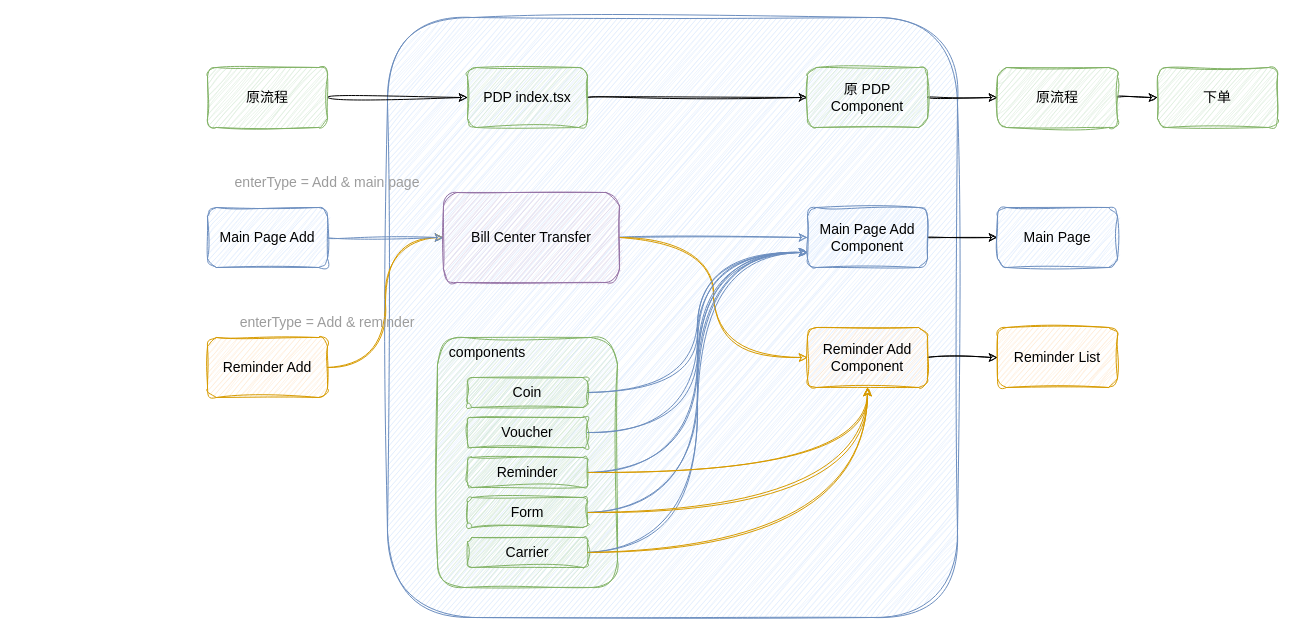
Earlier version of the draw.io diagram page "第 1 页" (1 of 3) of BillCenter.drawio (Darkindom/draw-the-diagrams). Source tidied: cells renumbered, new cells numbered last; positions are measured from the earlier drawing's top-left corner, leaving out a move shared by most shapes. Both pictures are drawn from the tidied source at 100%, with x=0, y=0 at pixel (207, 17).
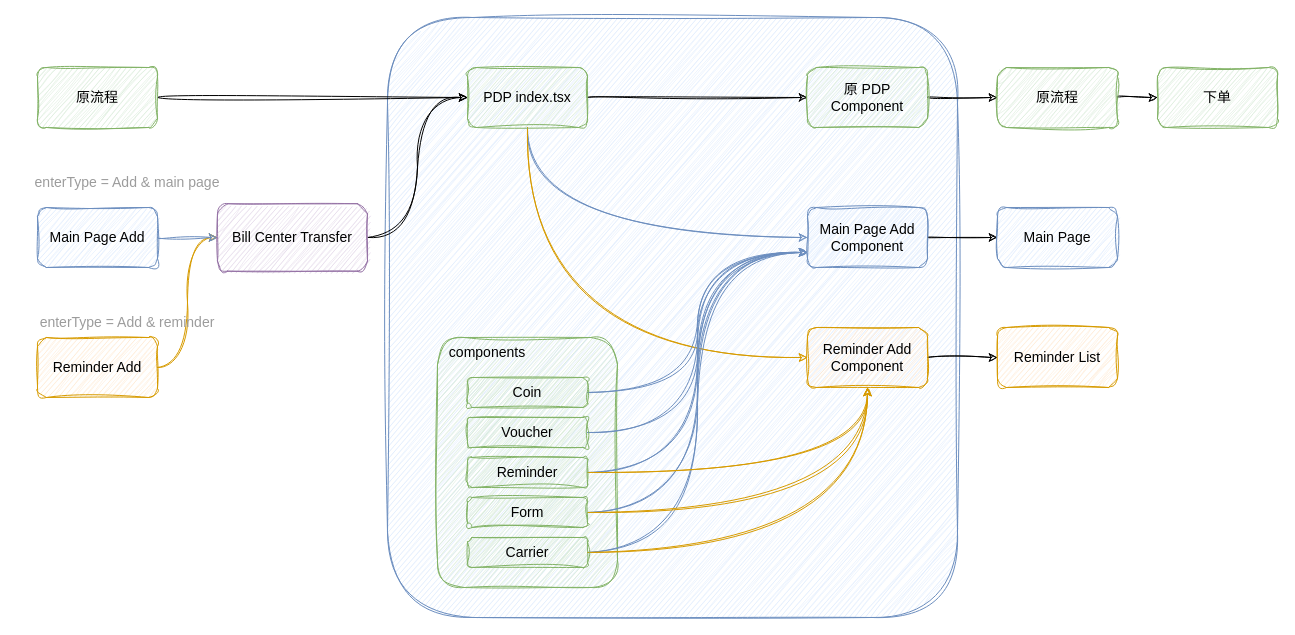
After the change.

Unchanged cells that the change refers to:
```xml
<mxCell id="10" value="PDP index.tsx" style="rounded=1;whiteSpace=wrap;html=1;sketch=1;hachureGap=4;jiggle=2;curveFitting=1;fontFamily=手札体-简;fontSize=14;fillColor=#d5e8d4;strokeColor=#82b366;labelBackgroundColor=none;" parent="1" vertex="1">
  <mxGeometry x="260" y="50" width="120" height="60" as="geometry" />
</mxCell>
<mxCell id="15" value="Main Page Add Component" style="rounded=1;whiteSpace=wrap;html=1;sketch=1;hachureGap=4;jiggle=2;curveFitting=1;fontFamily=手札体-简;fontSize=14;labelBackgroundColor=none;fillColor=#dae8fc;strokeColor=#6c8ebf;" parent="1" vertex="1">
  <mxGeometry x="600" y="190" width="120" height="60" as="geometry" />
</mxCell>
<mxCell id="17" value="Reminder Add Component" style="rounded=1;whiteSpace=wrap;html=1;sketch=1;hachureGap=4;jiggle=2;curveFitting=1;fontFamily=手札体-简;fontSize=14;labelBackgroundColor=none;fillColor=#ffe6cc;strokeColor=#d79b00;" parent="1" vertex="1">
  <mxGeometry x="600" y="310" width="120" height="60" as="geometry" />
</mxCell>
```

What changed in the source:
```diff
@@
     <mxCell id="5" value="原流程" style="rounded=1;whiteSpace=wrap;html=1;sketch=1;hachureGap=4;jiggle=2;curveFitting=1;fontFamily=手札体-简;fontSize=14;fillColor=#d5e8d4;strokeColor=#82b366;labelBackgroundColor=none;" parent="1" vertex="1">
-      <mxGeometry y="50" width="120" height="60" as="geometry" />
+      <mxGeometry x="-170" y="50" width="120" height="60" as="geometry" />
     </mxCell>
@@
-    <mxCell id="8" style="edgeStyle=orthogonalEdgeStyle;shape=connector;curved=1;rounded=0;sketch=1;hachureGap=4;jiggle=2;curveFitting=1;jettySize=auto;html=1;exitX=1;exitY=0.5;exitDx=0;exitDy=0;strokeColor=#6c8ebf;align=center;verticalAlign=middle;fontFamily=手札体-简;fontSize=14;fontColor=default;labelBackgroundColor=none;endArrow=classic;entryX=0;entryY=0.5;entryDx=0;entryDy=0;fillColor=#dae8fc;textOpacity=50;" parent="1" edge="1" source="41" target="15">
+    <mxCell id="8" style="edgeStyle=orthogonalEdgeStyle;shape=connector;curved=1;rounded=0;sketch=1;hachureGap=4;jiggle=2;curveFitting=1;jettySize=auto;html=1;exitX=0.5;exitY=1;exitDx=0;exitDy=0;strokeColor=#6c8ebf;align=center;verticalAlign=middle;fontFamily=手札体-简;fontSize=14;fontColor=default;labelBackgroundColor=none;endArrow=classic;entryX=0;entryY=0.5;entryDx=0;entryDy=0;fillColor=#dae8fc;textOpacity=50;" parent="1" edge="1" source="10" target="15">
       <mxGeometry relative="1" as="geometry" />
     </mxCell>
-    <mxCell id="9" style="edgeStyle=orthogonalEdgeStyle;shape=connector;curved=1;rounded=0;sketch=1;hachureGap=4;jiggle=2;curveFitting=1;jettySize=auto;html=1;exitX=1;exitY=0.5;exitDx=0;exitDy=0;entryX=0;entryY=0.5;entryDx=0;entryDy=0;strokeColor=#d79b00;align=center;verticalAlign=middle;fontFamily=手札体-简;fontSize=14;fontColor=default;labelBackgroundColor=none;endArrow=classic;fillColor=#ffe6cc;textOpacity=50;" parent="1" edge="1" source="41" target="17">
+    <mxCell id="9" style="edgeStyle=orthogonalEdgeStyle;shape=connector;curved=1;rounded=0;sketch=1;hachureGap=4;jiggle=2;curveFitting=1;jettySize=auto;html=1;exitX=0.5;exitY=1;exitDx=0;exitDy=0;entryX=0;entryY=0.5;entryDx=0;entryDy=0;strokeColor=#d79b00;align=center;verticalAlign=middle;fontFamily=手札体-简;fontSize=14;fontColor=default;labelBackgroundColor=none;endArrow=classic;fillColor=#ffe6cc;textOpacity=50;" parent="1" edge="1" source="10" target="17">
       <mxGeometry relative="1" as="geometry" />
     </mxCell>
@@
     <mxCell id="19" value="Reminder Add" style="rounded=1;whiteSpace=wrap;html=1;sketch=1;hachureGap=4;jiggle=2;curveFitting=1;fontFamily=手札体-简;fontSize=14;fillColor=#ffe6cc;strokeColor=#d79b00;labelBackgroundColor=none;" parent="1" vertex="1">
-      <mxGeometry y="320" width="120" height="60" as="geometry" />
+      <mxGeometry x="-170" y="320" width="120" height="60" as="geometry" />
     </mxCell>
@@
     <mxCell id="21" value="Main Page Add" style="rounded=1;whiteSpace=wrap;html=1;sketch=1;hachureGap=4;jiggle=2;curveFitting=1;fontFamily=手札体-简;fontSize=14;fillColor=#dae8fc;strokeColor=#6c8ebf;labelBackgroundColor=none;" parent="1" vertex="1">
-      <mxGeometry y="190" width="120" height="60" as="geometry" />
+      <mxGeometry x="-170" y="190" width="120" height="60" as="geometry" />
     </mxCell>
@@
     <mxCell id="39" value="enterType = Add &amp;amp; main page" style="text;html=1;align=center;verticalAlign=middle;whiteSpace=wrap;rounded=0;fontFamily=手札体-简;fontSize=14;fontColor=#9c9c9c;labelBackgroundColor=none;" parent="1" vertex="1">
-      <mxGeometry x="10" y="150" width="220" height="30" as="geometry" />
+      <mxGeometry x="-190" y="150" width="220" height="30" as="geometry" />
     </mxCell>
     <mxCell id="40" value="enterType = Add &amp;amp; reminder" style="text;html=1;align=center;verticalAlign=middle;whiteSpace=wrap;rounded=0;fontFamily=手札体-简;fontSize=14;fontColor=#9c9c9c;labelBackgroundColor=none;" parent="1" vertex="1">
-      <mxGeometry x="20" y="290" width="200" height="30" as="geometry" />
+      <mxGeometry x="-180" y="290" width="200" height="30" as="geometry" />
     </mxCell>
+    <mxCell id="42" style="edgeStyle=orthogonalEdgeStyle;shape=connector;curved=1;rounded=0;sketch=1;hachureGap=4;jiggle=2;curveFitting=1;jettySize=auto;html=1;exitX=1;exitY=0.5;exitDx=0;exitDy=0;entryX=0;entryY=0.5;entryDx=0;entryDy=0;strokeColor=default;align=center;verticalAlign=middle;fontFamily=Architects Daughter;fontSize=11;fontColor=default;labelBackgroundColor=default;endArrow=classic;" parent="1" edge="1" source="41" target="10">
+      <mxGeometry relative="1" as="geometry" />
+    </mxCell>
     <mxCell id="41" value="Bill Center Transfer" style="rounded=1;whiteSpace=wrap;html=1;sketch=1;hachureGap=4;jiggle=2;curveFitting=1;fontFamily=手札体-简;fontSize=14;fillColor=#e1d5e7;strokeColor=#9673a6;labelBackgroundColor=none;" parent="1" vertex="1">
-      <mxGeometry x="236" y="175" width="176" height="90" as="geometry" />
+      <mxGeometry x="10" y="186.2" width="150" height="67.5" as="geometry" />
     </mxCell>
```
